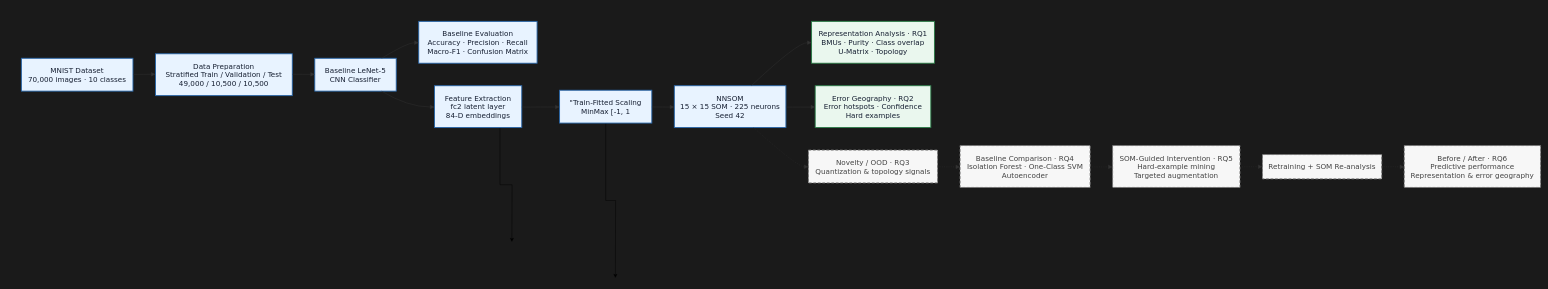
This is demo/fig/project_pipeline/nnsom_project_pipeline.drawio from nazishatta/fall-2026-group5, a draw.io file, before an edit. Source tidied: cells renumbered, new cells numbered last; positions are measured from the earlier drawing's top-left corner, leaving out a move shared by most shapes. Both pictures are drawn from the tidied source at 45%, with x=0, y=0 at pixel (8, 8).
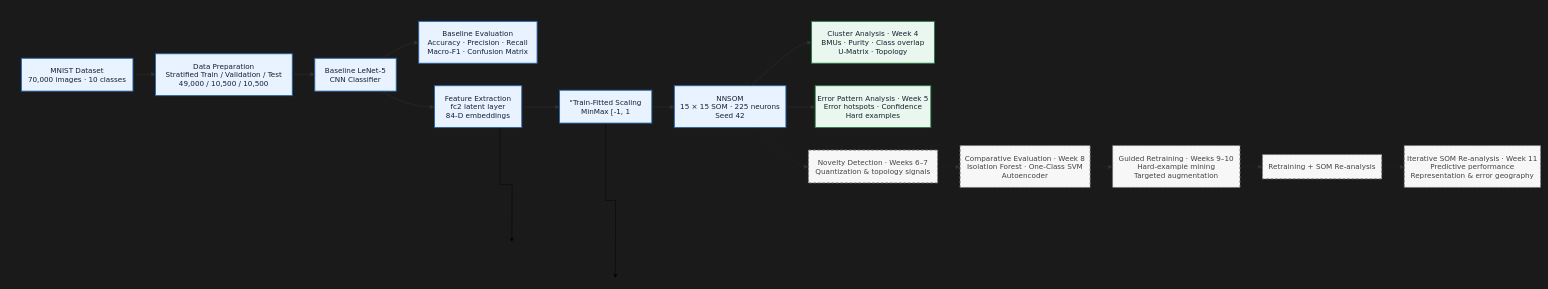
The same page after the edit.

Unchanged cells that the change refers to:
```xml
<mxCell id="2" style="group;transparentBounds=1;editIcon=1;lockedGroup=0;groupPadding=10;" parent="1" vertex="1">
  <mxGeometry as="geometry" />
</mxCell>
```

Change to the diagram source:
```diff
@@
-    <mxCell id="12" value="Representation Analysis · RQ1&#10;BMUs · Purity · Class overlap&#10;U-Matrix · Topology" style="html=1;whiteSpace=wrap;strokeWidth=2;fillColor=#EAF7EE;strokeColor=#287A45;fontColor=#172033;fontFamily=Trebuchet MS,Verdana,Arial,sans-serif;fontSize=16;" parent="2" vertex="1">
+    <mxCell id="12" value="Cluster Analysis · Week 4&#10;BMUs · Purity · Class overlap&#10;U-Matrix · Topology" style="html=1;whiteSpace=wrap;strokeWidth=2;fillColor=#EAF7EE;strokeColor=#287A45;fontColor=#172033;fontFamily=Trebuchet MS,Verdana,Arial,sans-serif;fontSize=16;" parent="2" vertex="1">
       <mxGeometry x="1786" y="30" width="273" height="93" as="geometry" />
     </mxCell>
-    <mxCell id="13" value="Error Geography · RQ2&#10;Error hotspots · Confidence&#10;Hard examples" style="html=1;whiteSpace=wrap;strokeWidth=2;fillColor=#EAF7EE;strokeColor=#287A45;fontColor=#172033;fontFamily=Trebuchet MS,Verdana,Arial,sans-serif;fontSize=16;" parent="2" vertex="1">
+    <mxCell id="13" value="Error Pattern Analysis · Week 5&#10;Error hotspots · Confidence&#10;Hard examples" style="html=1;whiteSpace=wrap;strokeWidth=2;fillColor=#EAF7EE;strokeColor=#287A45;fontColor=#172033;fontFamily=Trebuchet MS,Verdana,Arial,sans-serif;fontSize=16;" parent="2" vertex="1">
       <mxGeometry x="1794" y="173" width="257" height="93" as="geometry" />
     </mxCell>
-    <mxCell id="14" value="Novelty / OOD · RQ3&#10;Quantization &amp; topology signals" style="html=1;whiteSpace=wrap;strokeWidth=2;fillColor=#F7F7F7;strokeColor=#777777;fontColor=#444444;fontFamily=Trebuchet MS,Verdana,Arial,sans-serif;fontSize=16;dashed=1;dashPattern=6 4;fixDash=1;" parent="2" vertex="1">
+    <mxCell id="14" value="Novelty Detection · Weeks 6–7&#10;Quantization &amp; topology signals" style="html=1;whiteSpace=wrap;strokeWidth=2;fillColor=#F7F7F7;strokeColor=#777777;fontColor=#444444;fontFamily=Trebuchet MS,Verdana,Arial,sans-serif;fontSize=16;dashed=1;dashPattern=6 4;fixDash=1;" parent="2" vertex="1">
       <mxGeometry x="1779" y="316" width="287" height="73" as="geometry" />
     </mxCell>
-    <mxCell id="15" value="Baseline Comparison · RQ4&#10;Isolation Forest · One-Class SVM&#10;Autoencoder" style="html=1;whiteSpace=wrap;strokeWidth=2;fillColor=#F7F7F7;strokeColor=#777777;fontColor=#444444;fontFamily=Trebuchet MS,Verdana,Arial,sans-serif;fontSize=16;dashed=1;dashPattern=6 4;fixDash=1;" parent="2" vertex="1">
+    <mxCell id="15" value="Comparative Evaluation · Week 8&#10;Isolation Forest · One-Class SVM&#10;Autoencoder" style="html=1;whiteSpace=wrap;strokeWidth=2;fillColor=#F7F7F7;strokeColor=#777777;fontColor=#444444;fontFamily=Trebuchet MS,Verdana,Arial,sans-serif;fontSize=16;dashed=1;dashPattern=6 4;fixDash=1;" parent="2" vertex="1">
       <mxGeometry x="2116" y="306" width="289" height="93" as="geometry" />
     </mxCell>
-    <mxCell id="16" value="SOM-Guided Intervention · RQ5&#10;Hard-example mining&#10;Targeted augmentation" style="html=1;whiteSpace=wrap;strokeWidth=2;fillColor=#F7F7F7;strokeColor=#777777;fontColor=#444444;fontFamily=Trebuchet MS,Verdana,Arial,sans-serif;fontSize=16;dashed=1;dashPattern=6 4;fixDash=1;" parent="2" vertex="1">
+    <mxCell id="16" value="Guided Retraining · Weeks 9–10&#10;Hard-example mining&#10;Targeted augmentation" style="html=1;whiteSpace=wrap;strokeWidth=2;fillColor=#F7F7F7;strokeColor=#777777;fontColor=#444444;fontFamily=Trebuchet MS,Verdana,Arial,sans-serif;fontSize=16;dashed=1;dashPattern=6 4;fixDash=1;" parent="2" vertex="1">
       <mxGeometry x="2455" y="306" width="283" height="93" as="geometry" />
     </mxCell>
@@
-    <mxCell id="18" value="Before / After · RQ6&#10;Predictive performance&#10;Representation &amp; error geography" style="html=1;whiteSpace=wrap;strokeWidth=2;fillColor=#F7F7F7;strokeColor=#777777;fontColor=#444444;fontFamily=Trebuchet MS,Verdana,Arial,sans-serif;fontSize=16;dashed=1;dashPattern=6 4;fixDash=1;" parent="2" vertex="1">
+    <mxCell id="18" value="Iterative SOM Re-analysis · Week 11&#10;Predictive performance&#10;Representation &amp; error geography" style="html=1;whiteSpace=wrap;strokeWidth=2;fillColor=#F7F7F7;strokeColor=#777777;fontColor=#444444;fontFamily=Trebuchet MS,Verdana,Arial,sans-serif;fontSize=16;dashed=1;dashPattern=6 4;fixDash=1;" parent="2" vertex="1">
       <mxGeometry x="3103" y="306" width="303" height="93" as="geometry" />
     </mxCell>
```
